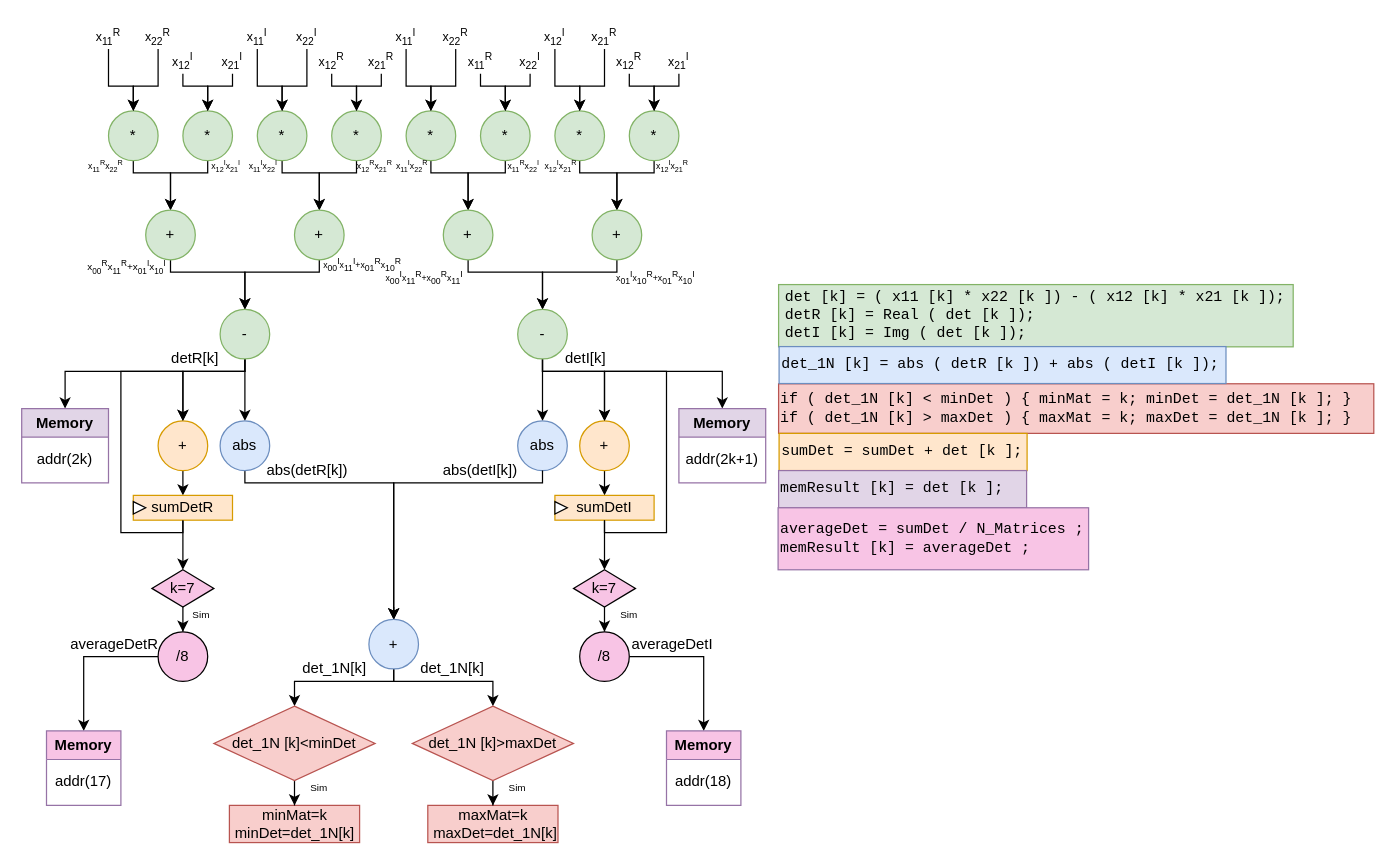
FranciscoPRosa/NEEC_test keeps this draw.io diagram as operations.drawio. Above is the earlier version. Source tidied: cells renumbered, new cells numbered last; positions are measured from the earlier drawing's top-left corner, leaving out a move shared by most shapes. Both pictures are drawn from the tidied source at 124%, with x=0, y=0 at pixel (21, 24).
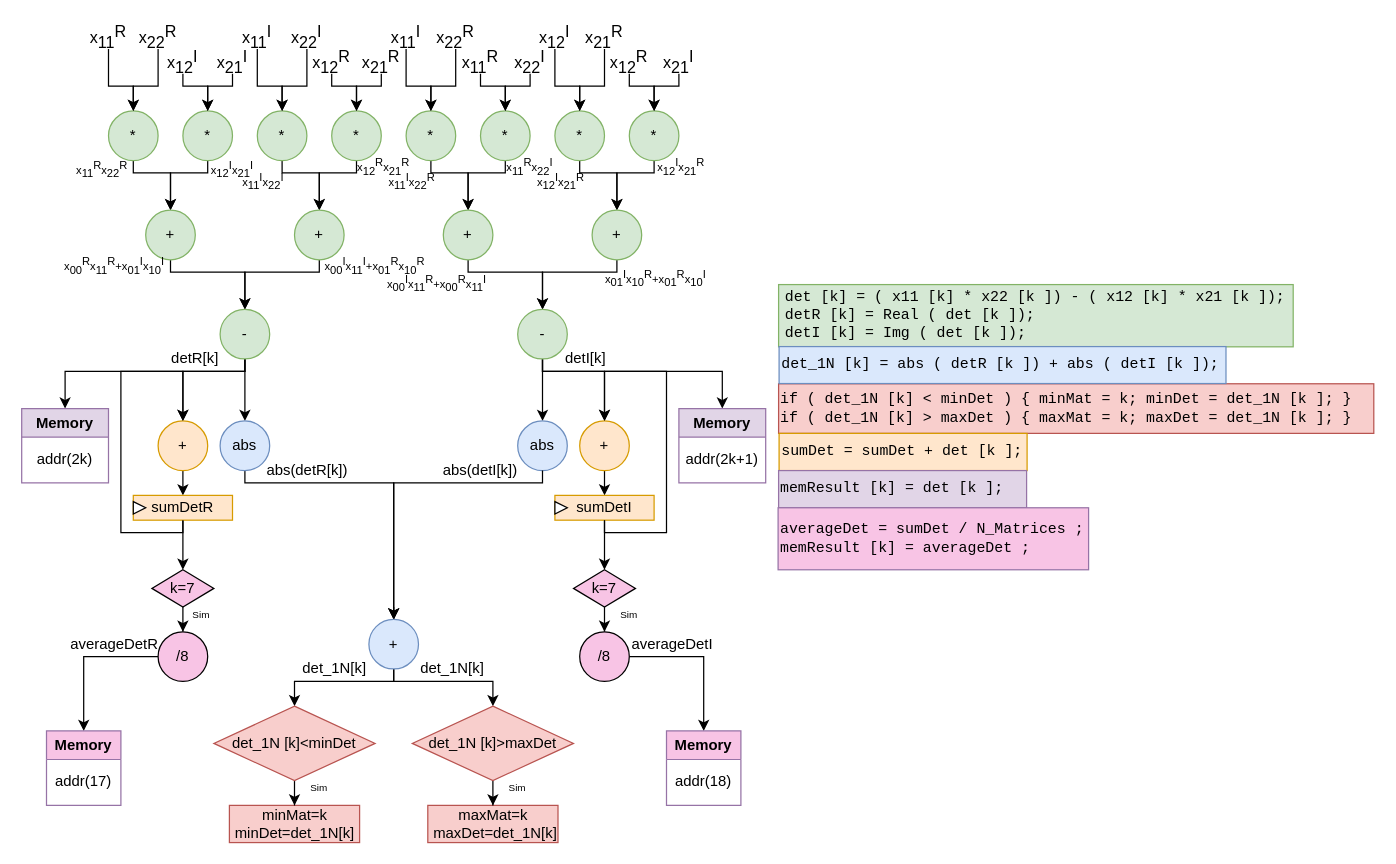
The same diagram, later.

Diff of the diagram source:
```diff
@@
-    <mxCell id="76" value="&lt;font style=&quot;font-size: 10px;&quot;&gt;x&lt;sub&gt;11&lt;/sub&gt;&lt;sup&gt;R&lt;/sup&gt;&lt;/font&gt;" style="text;html=1;align=center;verticalAlign=middle;whiteSpace=wrap;rounded=0;" parent="1" vertex="1">
+    <mxCell id="76" value="&lt;font style=&quot;font-size: 13px;&quot;&gt;x&lt;sub style=&quot;font-size: 13px;&quot;&gt;11&lt;/sub&gt;&lt;sup style=&quot;font-size: 13px;&quot;&gt;R&lt;/sup&gt;&lt;/font&gt;" style="text;html=1;align=center;verticalAlign=middle;whiteSpace=wrap;rounded=0;fontSize=13;" parent="1" vertex="1">
       <mxGeometry x="60" width="20" height="20" as="geometry" />
     </mxCell>
@@
-    <mxCell id="78" value="&lt;font style=&quot;font-size: 10px;&quot;&gt;x&lt;sub&gt;22&lt;/sub&gt;&lt;sup&gt;R&lt;/sup&gt;&lt;/font&gt;" style="text;html=1;align=center;verticalAlign=middle;whiteSpace=wrap;rounded=0;fontSize=9;" parent="1" vertex="1">
+    <mxCell id="78" value="&lt;font style=&quot;font-size: 13px;&quot;&gt;x&lt;sub style=&quot;font-size: 13px;&quot;&gt;22&lt;/sub&gt;&lt;sup style=&quot;font-size: 13px;&quot;&gt;R&lt;/sup&gt;&lt;/font&gt;" style="text;html=1;align=center;verticalAlign=middle;whiteSpace=wrap;rounded=0;fontSize=13;" parent="1" vertex="1">
       <mxGeometry x="100" width="20" height="20" as="geometry" />
     </mxCell>
@@
-    <mxCell id="81" value="&lt;font style=&quot;font-size: 10px;&quot;&gt;x&lt;sub&gt;12&lt;/sub&gt;&lt;sup&gt;I&lt;/sup&gt;&lt;/font&gt;" style="text;html=1;align=center;verticalAlign=middle;whiteSpace=wrap;rounded=0;" parent="1" vertex="1">
+    <mxCell id="81" value="&lt;font style=&quot;font-size: 13px;&quot;&gt;x&lt;sub style=&quot;font-size: 13px;&quot;&gt;12&lt;/sub&gt;&lt;sup style=&quot;font-size: 13px;&quot;&gt;I&lt;/sup&gt;&lt;/font&gt;" style="text;html=1;align=center;verticalAlign=middle;whiteSpace=wrap;rounded=0;fontSize=13;" parent="1" vertex="1">
       <mxGeometry x="120" y="20" width="20" height="20" as="geometry" />
     </mxCell>
@@
-    <mxCell id="83" value="&lt;font style=&quot;font-size: 10px;&quot;&gt;x&lt;sub&gt;21&lt;/sub&gt;&lt;sup&gt;I&lt;/sup&gt;&lt;/font&gt;" style="text;html=1;align=center;verticalAlign=middle;whiteSpace=wrap;rounded=0;fontSize=9;" parent="1" vertex="1">
+    <mxCell id="83" value="&lt;font style=&quot;font-size: 13px;&quot;&gt;x&lt;sub style=&quot;font-size: 13px;&quot;&gt;21&lt;/sub&gt;&lt;sup style=&quot;font-size: 13px;&quot;&gt;I&lt;/sup&gt;&lt;/font&gt;" style="text;html=1;align=center;verticalAlign=middle;whiteSpace=wrap;rounded=0;fontSize=13;" parent="1" vertex="1">
       <mxGeometry x="160" y="20" width="20" height="20" as="geometry" />
     </mxCell>
@@
-    <mxCell id="86" value="&lt;font style=&quot;font-size: 10px;&quot;&gt;x&lt;sub&gt;11&lt;/sub&gt;&lt;sup&gt;I&lt;/sup&gt;&lt;/font&gt;" style="text;html=1;align=center;verticalAlign=middle;whiteSpace=wrap;rounded=0;" parent="1" vertex="1">
+    <mxCell id="86" value="&lt;font style=&quot;font-size: 13px;&quot;&gt;x&lt;sub style=&quot;font-size: 13px;&quot;&gt;11&lt;/sub&gt;&lt;sup style=&quot;font-size: 13px;&quot;&gt;I&lt;/sup&gt;&lt;/font&gt;" style="text;html=1;align=center;verticalAlign=middle;whiteSpace=wrap;rounded=0;fontSize=13;" parent="1" vertex="1">
       <mxGeometry x="180" width="20" height="20" as="geometry" />
     </mxCell>
@@
-    <mxCell id="88" value="&lt;font style=&quot;font-size: 10px;&quot;&gt;x&lt;sub&gt;22&lt;/sub&gt;&lt;sup&gt;I&lt;/sup&gt;&lt;/font&gt;" style="text;html=1;align=center;verticalAlign=middle;whiteSpace=wrap;rounded=0;fontSize=9;" parent="1" vertex="1">
+    <mxCell id="88" value="&lt;font style=&quot;font-size: 13px;&quot;&gt;x&lt;sub style=&quot;font-size: 13px;&quot;&gt;22&lt;/sub&gt;&lt;sup style=&quot;font-size: 13px;&quot;&gt;I&lt;/sup&gt;&lt;/font&gt;" style="text;html=1;align=center;verticalAlign=middle;whiteSpace=wrap;rounded=0;fontSize=13;" parent="1" vertex="1">
       <mxGeometry x="220" width="20" height="20" as="geometry" />
     </mxCell>
@@
-    <mxCell id="91" value="&lt;font style=&quot;font-size: 10px;&quot;&gt;x&lt;sub&gt;12&lt;/sub&gt;&lt;sup&gt;R&lt;/sup&gt;&lt;/font&gt;" style="text;html=1;align=center;verticalAlign=middle;whiteSpace=wrap;rounded=0;" parent="1" vertex="1">
+    <mxCell id="91" value="&lt;font style=&quot;font-size: 13px;&quot;&gt;x&lt;sub style=&quot;font-size: 13px;&quot;&gt;12&lt;/sub&gt;&lt;sup style=&quot;font-size: 13px;&quot;&gt;R&lt;/sup&gt;&lt;/font&gt;" style="text;html=1;align=center;verticalAlign=middle;whiteSpace=wrap;rounded=0;fontSize=13;" parent="1" vertex="1">
       <mxGeometry x="240" y="20" width="20" height="20" as="geometry" />
     </mxCell>
@@
-    <mxCell id="93" value="&lt;font style=&quot;font-size: 10px;&quot;&gt;x&lt;sub&gt;21&lt;/sub&gt;&lt;sup&gt;R&lt;/sup&gt;&lt;/font&gt;" style="text;html=1;align=center;verticalAlign=middle;whiteSpace=wrap;rounded=0;fontSize=9;" parent="1" vertex="1">
+    <mxCell id="93" value="&lt;font style=&quot;font-size: 13px;&quot;&gt;x&lt;sub style=&quot;font-size: 13px;&quot;&gt;21&lt;/sub&gt;&lt;sup style=&quot;font-size: 13px;&quot;&gt;R&lt;/sup&gt;&lt;/font&gt;" style="text;html=1;align=center;verticalAlign=middle;whiteSpace=wrap;rounded=0;fontSize=13;" parent="1" vertex="1">
       <mxGeometry x="280" y="20" width="20" height="20" as="geometry" />
     </mxCell>
@@
-    <mxCell id="96" value="&lt;font style=&quot;font-size: 10px;&quot;&gt;x&lt;sub&gt;11&lt;/sub&gt;&lt;sup&gt;I&lt;/sup&gt;&lt;/font&gt;" style="text;html=1;align=center;verticalAlign=middle;whiteSpace=wrap;rounded=0;" parent="1" vertex="1">
+    <mxCell id="96" value="&lt;font style=&quot;font-size: 13px;&quot;&gt;x&lt;sub style=&quot;font-size: 13px;&quot;&gt;11&lt;/sub&gt;&lt;sup style=&quot;font-size: 13px;&quot;&gt;I&lt;/sup&gt;&lt;/font&gt;" style="text;html=1;align=center;verticalAlign=middle;whiteSpace=wrap;rounded=0;fontSize=13;" parent="1" vertex="1">
       <mxGeometry x="300" width="20" height="20" as="geometry" />
     </mxCell>
@@
-    <mxCell id="98" value="&lt;font style=&quot;font-size: 10px;&quot;&gt;x&lt;sub&gt;22&lt;/sub&gt;&lt;sup&gt;R&lt;/sup&gt;&lt;/font&gt;" style="text;html=1;align=center;verticalAlign=middle;whiteSpace=wrap;rounded=0;fontSize=9;" parent="1" vertex="1">
+    <mxCell id="98" value="&lt;font style=&quot;font-size: 13px;&quot;&gt;x&lt;sub style=&quot;font-size: 13px;&quot;&gt;22&lt;/sub&gt;&lt;sup style=&quot;font-size: 13px;&quot;&gt;R&lt;/sup&gt;&lt;/font&gt;" style="text;html=1;align=center;verticalAlign=middle;whiteSpace=wrap;rounded=0;fontSize=13;" parent="1" vertex="1">
       <mxGeometry x="340" width="20" height="20" as="geometry" />
     </mxCell>
@@
-    <mxCell id="101" value="&lt;font style=&quot;font-size: 10px;&quot;&gt;x&lt;sub&gt;12&lt;/sub&gt;&lt;sup&gt;R&lt;/sup&gt;&lt;/font&gt;" style="text;html=1;align=center;verticalAlign=middle;whiteSpace=wrap;rounded=0;" parent="1" vertex="1">
+    <mxCell id="101" value="&lt;font style=&quot;font-size: 13px;&quot;&gt;x&lt;sub style=&quot;font-size: 13px;&quot;&gt;12&lt;/sub&gt;&lt;sup style=&quot;font-size: 13px;&quot;&gt;R&lt;/sup&gt;&lt;/font&gt;" style="text;html=1;align=center;verticalAlign=middle;whiteSpace=wrap;rounded=0;fontSize=13;" parent="1" vertex="1">
       <mxGeometry x="480" y="20" width="20" height="20" as="geometry" />
     </mxCell>
@@
-    <mxCell id="103" value="&lt;font style=&quot;font-size: 10px;&quot;&gt;x&lt;sub&gt;21&lt;/sub&gt;&lt;sup&gt;I&lt;/sup&gt;&lt;/font&gt;" style="text;html=1;align=center;verticalAlign=middle;whiteSpace=wrap;rounded=0;fontSize=9;" parent="1" vertex="1">
+    <mxCell id="103" value="&lt;font style=&quot;font-size: 13px;&quot;&gt;x&lt;sub style=&quot;font-size: 13px;&quot;&gt;21&lt;/sub&gt;&lt;sup style=&quot;font-size: 13px;&quot;&gt;I&lt;/sup&gt;&lt;/font&gt;" style="text;html=1;align=center;verticalAlign=middle;whiteSpace=wrap;rounded=0;fontSize=13;" parent="1" vertex="1">
       <mxGeometry x="520" y="20" width="20" height="20" as="geometry" />
     </mxCell>
@@
-    <mxCell id="106" value="&lt;font style=&quot;font-size: 10px;&quot;&gt;x&lt;sub&gt;11&lt;/sub&gt;&lt;sup&gt;R&lt;/sup&gt;&lt;/font&gt;" style="text;html=1;align=center;verticalAlign=middle;whiteSpace=wrap;rounded=0;" parent="1" vertex="1">
+    <mxCell id="106" value="&lt;font style=&quot;font-size: 13px;&quot;&gt;x&lt;sub style=&quot;font-size: 13px;&quot;&gt;11&lt;/sub&gt;&lt;sup style=&quot;font-size: 13px;&quot;&gt;R&lt;/sup&gt;&lt;/font&gt;" style="text;html=1;align=center;verticalAlign=middle;whiteSpace=wrap;rounded=0;fontSize=13;" parent="1" vertex="1">
       <mxGeometry x="360" y="20" width="20" height="20" as="geometry" />
     </mxCell>
@@
-    <mxCell id="108" value="&lt;font style=&quot;font-size: 10px;&quot;&gt;x&lt;sub&gt;22&lt;/sub&gt;&lt;sup&gt;I&lt;/sup&gt;&lt;/font&gt;" style="text;html=1;align=center;verticalAlign=middle;whiteSpace=wrap;rounded=0;fontSize=9;" parent="1" vertex="1">
+    <mxCell id="108" value="&lt;font style=&quot;font-size: 13px;&quot;&gt;x&lt;sub style=&quot;font-size: 13px;&quot;&gt;22&lt;/sub&gt;&lt;sup style=&quot;font-size: 13px;&quot;&gt;I&lt;/sup&gt;&lt;/font&gt;" style="text;html=1;align=center;verticalAlign=middle;whiteSpace=wrap;rounded=0;fontSize=13;" parent="1" vertex="1">
       <mxGeometry x="400" y="20" width="20" height="20" as="geometry" />
     </mxCell>
@@
-    <mxCell id="111" value="&lt;font style=&quot;font-size: 10px;&quot;&gt;x&lt;sub&gt;12&lt;/sub&gt;&lt;sup&gt;I&lt;/sup&gt;&lt;/font&gt;" style="text;html=1;align=center;verticalAlign=middle;whiteSpace=wrap;rounded=0;" parent="1" vertex="1">
+    <mxCell id="111" value="&lt;font style=&quot;font-size: 13px;&quot;&gt;x&lt;sub style=&quot;font-size: 13px;&quot;&gt;12&lt;/sub&gt;&lt;sup style=&quot;font-size: 13px;&quot;&gt;I&lt;/sup&gt;&lt;/font&gt;" style="text;html=1;align=center;verticalAlign=middle;whiteSpace=wrap;rounded=0;fontSize=13;" parent="1" vertex="1">
       <mxGeometry x="420" width="20" height="20" as="geometry" />
     </mxCell>
@@
-    <mxCell id="113" value="&lt;font style=&quot;font-size: 10px;&quot;&gt;x&lt;sub&gt;21&lt;/sub&gt;&lt;sup&gt;R&lt;/sup&gt;&lt;/font&gt;" style="text;html=1;align=center;verticalAlign=middle;whiteSpace=wrap;rounded=0;fontSize=9;" parent="1" vertex="1">
+    <mxCell id="113" value="&lt;font style=&quot;font-size: 13px;&quot;&gt;x&lt;sub style=&quot;font-size: 13px;&quot;&gt;21&lt;/sub&gt;&lt;sup style=&quot;font-size: 13px;&quot;&gt;R&lt;/sup&gt;&lt;/font&gt;" style="text;html=1;align=center;verticalAlign=middle;whiteSpace=wrap;rounded=0;fontSize=13;" parent="1" vertex="1">
       <mxGeometry x="460" width="20" height="20" as="geometry" />
     </mxCell>
-    <mxCell id="114" value="&lt;font style=&quot;font-size: 7px;&quot;&gt;x&lt;sub&gt;11&lt;/sub&gt;&lt;sup&gt;R&lt;/sup&gt;x&lt;sub&gt;22&lt;/sub&gt;&lt;sup&gt;R&lt;/sup&gt;&lt;/font&gt;" style="text;html=1;align=center;verticalAlign=middle;whiteSpace=wrap;rounded=0;fontSize=7;" parent="1" vertex="1">
-      <mxGeometry x="53" y="110" width="30" height="10" as="geometry" />
+    <mxCell id="114" value="&lt;font style=&quot;font-size: 9px;&quot;&gt;x&lt;sub style=&quot;font-size: 9px;&quot;&gt;11&lt;/sub&gt;&lt;sup style=&quot;font-size: 9px;&quot;&gt;R&lt;/sup&gt;x&lt;sub style=&quot;font-size: 9px;&quot;&gt;22&lt;/sub&gt;&lt;sup style=&quot;font-size: 9px;&quot;&gt;R&lt;/sup&gt;&lt;/font&gt;" style="text;html=1;align=center;verticalAlign=middle;whiteSpace=wrap;rounded=0;fontSize=9;" parent="1" vertex="1">
+      <mxGeometry x="50" y="112" width="30" height="10" as="geometry" />
     </mxCell>
-    <mxCell id="115" value="&lt;font style=&quot;font-size: 7px;&quot;&gt;x&lt;sub&gt;12&lt;/sub&gt;&lt;sup&gt;R&lt;/sup&gt;x&lt;sub&gt;21&lt;/sub&gt;&lt;sup&gt;R&lt;/sup&gt;&lt;/font&gt;" style="text;html=1;align=center;verticalAlign=middle;whiteSpace=wrap;rounded=0;fontSize=7;" parent="1" vertex="1">
-      <mxGeometry x="270" y="110" width="30" height="10" as="geometry" />
+    <mxCell id="115" value="&lt;font style=&quot;font-size: 9px;&quot;&gt;x&lt;sub style=&quot;font-size: 9px;&quot;&gt;12&lt;/sub&gt;&lt;sup style=&quot;font-size: 9px;&quot;&gt;R&lt;/sup&gt;x&lt;sub style=&quot;font-size: 9px;&quot;&gt;21&lt;/sub&gt;&lt;sup style=&quot;font-size: 9px;&quot;&gt;R&lt;/sup&gt;&lt;/font&gt;" style="text;html=1;align=center;verticalAlign=middle;whiteSpace=wrap;rounded=0;fontSize=9;" parent="1" vertex="1">
+      <mxGeometry x="277" y="110" width="30" height="10" as="geometry" />
     </mxCell>
-    <mxCell id="116" value="&lt;font style=&quot;font-size: 7px;&quot;&gt;x&lt;sub&gt;11&lt;/sub&gt;&lt;sup&gt;I&lt;/sup&gt;x&lt;sub&gt;22&lt;/sub&gt;&lt;sup&gt;I&lt;/sup&gt;&lt;/font&gt;" style="text;html=1;align=center;verticalAlign=middle;whiteSpace=wrap;rounded=0;fontSize=7;" parent="1" vertex="1">
-      <mxGeometry x="180" y="110" width="30" height="10" as="geometry" />
+    <mxCell id="116" value="&lt;font style=&quot;font-size: 9px;&quot;&gt;x&lt;sub style=&quot;font-size: 9px;&quot;&gt;11&lt;/sub&gt;&lt;sup style=&quot;font-size: 9px;&quot;&gt;I&lt;/sup&gt;x&lt;sub style=&quot;font-size: 9px;&quot;&gt;22&lt;/sub&gt;&lt;sup style=&quot;font-size: 9px;&quot;&gt;I&lt;/sup&gt;&lt;/font&gt;" style="text;html=1;align=center;verticalAlign=middle;whiteSpace=wrap;rounded=0;fontSize=9;" parent="1" vertex="1">
+      <mxGeometry x="180" y="122" width="30" height="10" as="geometry" />
     </mxCell>
-    <mxCell id="117" value="&lt;font style=&quot;font-size: 7px;&quot;&gt;x&lt;sub&gt;12&lt;/sub&gt;&lt;sup&gt;I&lt;/sup&gt;x&lt;sub&gt;21&lt;/sub&gt;&lt;sup&gt;I&lt;/sup&gt;&lt;/font&gt;" style="text;html=1;align=center;verticalAlign=middle;whiteSpace=wrap;rounded=0;fontSize=7;" parent="1" vertex="1">
-      <mxGeometry x="150" y="110" width="30" height="10" as="geometry" />
+    <mxCell id="117" value="&lt;font style=&quot;font-size: 9px;&quot;&gt;x&lt;sub style=&quot;font-size: 9px;&quot;&gt;12&lt;/sub&gt;&lt;sup style=&quot;font-size: 9px;&quot;&gt;I&lt;/sup&gt;x&lt;sub style=&quot;font-size: 9px;&quot;&gt;21&lt;/sub&gt;&lt;sup style=&quot;font-size: 9px;&quot;&gt;I&lt;/sup&gt;&lt;/font&gt;" style="text;html=1;align=center;verticalAlign=middle;whiteSpace=wrap;rounded=0;fontSize=9;" parent="1" vertex="1">
+      <mxGeometry x="155" y="112" width="30" height="10" as="geometry" />
     </mxCell>
-    <mxCell id="118" value="&lt;font style=&quot;font-size: 7px;&quot;&gt;x&lt;sub&gt;11&lt;/sub&gt;&lt;sup&gt;I&lt;/sup&gt;x&lt;sub&gt;22&lt;/sub&gt;&lt;sup&gt;R&lt;/sup&gt;&lt;/font&gt;" style="text;html=1;align=center;verticalAlign=middle;whiteSpace=wrap;rounded=0;fontSize=7;" parent="1" vertex="1">
-      <mxGeometry x="300" y="110" width="30" height="10" as="geometry" />
+    <mxCell id="118" value="&lt;font style=&quot;font-size: 9px;&quot;&gt;x&lt;sub style=&quot;font-size: 9px;&quot;&gt;11&lt;/sub&gt;&lt;sup style=&quot;font-size: 9px;&quot;&gt;I&lt;/sup&gt;x&lt;sub style=&quot;font-size: 9px;&quot;&gt;22&lt;/sub&gt;&lt;sup style=&quot;font-size: 9px;&quot;&gt;R&lt;/sup&gt;&lt;/font&gt;" style="text;html=1;align=center;verticalAlign=middle;whiteSpace=wrap;rounded=0;fontSize=9;" parent="1" vertex="1">
+      <mxGeometry x="300" y="122" width="30" height="10" as="geometry" />
     </mxCell>
-    <mxCell id="119" value="&lt;font style=&quot;font-size: 7px;&quot;&gt;x&lt;sub&gt;11&lt;/sub&gt;&lt;sup&gt;R&lt;/sup&gt;x&lt;sub&gt;22&lt;/sub&gt;&lt;sup&gt;I&lt;/sup&gt;&lt;/font&gt;" style="text;html=1;align=center;verticalAlign=middle;whiteSpace=wrap;rounded=0;fontSize=7;" parent="1" vertex="1">
-      <mxGeometry x="390" y="110" width="30" height="10" as="geometry" />
+    <mxCell id="119" value="&lt;font style=&quot;font-size: 9px;&quot;&gt;x&lt;sub style=&quot;font-size: 9px;&quot;&gt;11&lt;/sub&gt;&lt;sup style=&quot;font-size: 9px;&quot;&gt;R&lt;/sup&gt;x&lt;sub style=&quot;font-size: 9px;&quot;&gt;22&lt;/sub&gt;&lt;sup style=&quot;font-size: 9px;&quot;&gt;I&lt;/sup&gt;&lt;/font&gt;" style="text;html=1;align=center;verticalAlign=middle;whiteSpace=wrap;rounded=0;fontSize=9;" parent="1" vertex="1">
+      <mxGeometry x="395" y="110" width="30" height="10" as="geometry" />
     </mxCell>
-    <mxCell id="120" value="&lt;font style=&quot;font-size: 7px;&quot;&gt;x&lt;sub&gt;12&lt;/sub&gt;&lt;sup&gt;I&lt;/sup&gt;x&lt;sub&gt;21&lt;/sub&gt;&lt;sup&gt;R&lt;/sup&gt;&lt;/font&gt;" style="text;html=1;align=center;verticalAlign=middle;whiteSpace=wrap;rounded=0;fontSize=7;" parent="1" vertex="1">
-      <mxGeometry x="420" y="110" width="30" height="10" as="geometry" />
+    <mxCell id="120" value="&lt;font style=&quot;font-size: 9px;&quot;&gt;x&lt;sub style=&quot;font-size: 9px;&quot;&gt;12&lt;/sub&gt;&lt;sup style=&quot;font-size: 9px;&quot;&gt;I&lt;/sup&gt;x&lt;sub style=&quot;font-size: 9px;&quot;&gt;21&lt;/sub&gt;&lt;sup style=&quot;font-size: 9px;&quot;&gt;R&lt;/sup&gt;&lt;/font&gt;" style="text;html=1;align=center;verticalAlign=middle;whiteSpace=wrap;rounded=0;fontSize=9;" parent="1" vertex="1">
+      <mxGeometry x="420" y="122" width="30" height="10" as="geometry" />
     </mxCell>
-    <mxCell id="121" value="&lt;font style=&quot;font-size: 7px;&quot;&gt;x&lt;sub&gt;12&lt;/sub&gt;&lt;sup&gt;I&lt;/sup&gt;x&lt;sub&gt;21&lt;/sub&gt;&lt;sup&gt;R&lt;/sup&gt;&lt;/font&gt;" style="text;html=1;align=center;verticalAlign=middle;whiteSpace=wrap;rounded=0;fontSize=7;" parent="1" vertex="1">
-      <mxGeometry x="510" y="110" width="30" height="10" as="geometry" />
+    <mxCell id="121" value="&lt;font style=&quot;font-size: 9px;&quot;&gt;x&lt;sub style=&quot;font-size: 9px;&quot;&gt;12&lt;/sub&gt;&lt;sup style=&quot;font-size: 9px;&quot;&gt;I&lt;/sup&gt;x&lt;sub style=&quot;font-size: 9px;&quot;&gt;21&lt;/sub&gt;&lt;sup style=&quot;font-size: 9px;&quot;&gt;R&lt;/sup&gt;&lt;/font&gt;" style="text;html=1;align=center;verticalAlign=middle;whiteSpace=wrap;rounded=0;fontSize=9;" parent="1" vertex="1">
+      <mxGeometry x="517" y="110" width="30" height="10" as="geometry" />
     </mxCell>
-    <mxCell id="122" value="&lt;font style=&quot;font-size: 8px;&quot;&gt;x&lt;sub&gt;00&lt;/sub&gt;&lt;sup&gt;R&lt;/sup&gt;x&lt;sub&gt;11&lt;/sub&gt;&lt;sup&gt;R&lt;/sup&gt;+x&lt;sub&gt;01&lt;/sub&gt;&lt;sup&gt;I&lt;/sup&gt;x&lt;sub&gt;10&lt;/sub&gt;&lt;sup&gt;I&lt;/sup&gt;&lt;/font&gt;" style="text;html=1;align=center;verticalAlign=middle;whiteSpace=wrap;rounded=0;" parent="1" vertex="1">
-      <mxGeometry x="50" y="190" width="70" height="10" as="geometry" />
+    <mxCell id="122" value="&lt;font style=&quot;font-size: 9px;&quot;&gt;x&lt;sub style=&quot;font-size: 9px;&quot;&gt;00&lt;/sub&gt;&lt;sup style=&quot;font-size: 9px;&quot;&gt;R&lt;/sup&gt;x&lt;sub style=&quot;font-size: 9px;&quot;&gt;11&lt;/sub&gt;&lt;sup style=&quot;font-size: 9px;&quot;&gt;R&lt;/sup&gt;+x&lt;sub style=&quot;font-size: 9px;&quot;&gt;01&lt;/sub&gt;&lt;sup style=&quot;font-size: 9px;&quot;&gt;I&lt;/sup&gt;x&lt;sub style=&quot;font-size: 9px;&quot;&gt;10&lt;/sub&gt;&lt;sup style=&quot;font-size: 9px;&quot;&gt;I&lt;/sup&gt;&lt;/font&gt;" style="text;html=1;align=center;verticalAlign=middle;whiteSpace=wrap;rounded=0;fontSize=9;" parent="1" vertex="1">
+      <mxGeometry x="40" y="190" width="70" height="10" as="geometry" />
     </mxCell>
-    <mxCell id="123" value="x&lt;sub style=&quot;font-size: 7px;&quot;&gt;00&lt;/sub&gt;&lt;sup style=&quot;font-size: 7px;&quot;&gt;I&lt;/sup&gt;x&lt;sub style=&quot;font-size: 7px;&quot;&gt;11&lt;/sub&gt;&lt;sup style=&quot;font-size: 7px;&quot;&gt;I&lt;/sup&gt;+x&lt;sub style=&quot;font-size: 7px;&quot;&gt;01&lt;/sub&gt;&lt;sup style=&quot;font-size: 7px;&quot;&gt;R&lt;/sup&gt;x&lt;sub style=&quot;font-size: 7px;&quot;&gt;10&lt;/sub&gt;&lt;sup style=&quot;font-size: 7px;&quot;&gt;R&lt;/sup&gt;" style="text;html=1;align=center;verticalAlign=middle;whiteSpace=wrap;rounded=0;fontSize=7;" parent="1" vertex="1">
-      <mxGeometry x="240" y="190" width="70" height="10" as="geometry" />
+    <mxCell id="123" value="x&lt;sub style=&quot;font-size: 9px;&quot;&gt;00&lt;/sub&gt;&lt;sup style=&quot;font-size: 9px;&quot;&gt;I&lt;/sup&gt;x&lt;sub style=&quot;font-size: 9px;&quot;&gt;11&lt;/sub&gt;&lt;sup style=&quot;font-size: 9px;&quot;&gt;I&lt;/sup&gt;+x&lt;sub style=&quot;font-size: 9px;&quot;&gt;01&lt;/sub&gt;&lt;sup style=&quot;font-size: 9px;&quot;&gt;R&lt;/sup&gt;x&lt;sub style=&quot;font-size: 9px;&quot;&gt;10&lt;/sub&gt;&lt;sup style=&quot;font-size: 9px;&quot;&gt;R&lt;/sup&gt;" style="text;html=1;align=center;verticalAlign=middle;whiteSpace=wrap;rounded=0;fontSize=9;" parent="1" vertex="1">
+      <mxGeometry x="250" y="190" width="70" height="10" as="geometry" />
     </mxCell>
-    <mxCell id="124" value="x&lt;sub style=&quot;font-size: 7px;&quot;&gt;00&lt;/sub&gt;&lt;sup style=&quot;font-size: 7px;&quot;&gt;I&lt;/sup&gt;x&lt;sub style=&quot;font-size: 7px;&quot;&gt;11&lt;/sub&gt;&lt;sup style=&quot;font-size: 7px;&quot;&gt;R&lt;/sup&gt;+x&lt;sub style=&quot;font-size: 7px;&quot;&gt;00&lt;/sub&gt;&lt;sup style=&quot;font-size: 7px;&quot;&gt;R&lt;/sup&gt;x&lt;sub style=&quot;font-size: 7px;&quot;&gt;11&lt;/sub&gt;&lt;sup style=&quot;font-size: 7px;&quot;&gt;I&lt;/sup&gt;" style="text;html=1;align=center;verticalAlign=middle;whiteSpace=wrap;rounded=0;fontSize=7;" parent="1" vertex="1">
-      <mxGeometry x="290" y="200" width="70" height="10" as="geometry" />
+    <mxCell id="124" value="x&lt;sub style=&quot;font-size: 9px;&quot;&gt;00&lt;/sub&gt;&lt;sup style=&quot;font-size: 9px;&quot;&gt;I&lt;/sup&gt;x&lt;sub style=&quot;font-size: 9px;&quot;&gt;11&lt;/sub&gt;&lt;sup style=&quot;font-size: 9px;&quot;&gt;R&lt;/sup&gt;+x&lt;sub style=&quot;font-size: 9px;&quot;&gt;00&lt;/sub&gt;&lt;sup style=&quot;font-size: 9px;&quot;&gt;R&lt;/sup&gt;x&lt;sub style=&quot;font-size: 9px;&quot;&gt;11&lt;/sub&gt;&lt;sup style=&quot;font-size: 9px;&quot;&gt;I&lt;/sup&gt;" style="text;html=1;align=center;verticalAlign=middle;whiteSpace=wrap;rounded=0;fontSize=9;" parent="1" vertex="1">
+      <mxGeometry x="300" y="204" width="70" height="10" as="geometry" />
     </mxCell>
-    <mxCell id="125" value="x&lt;sub style=&quot;font-size: 7px;&quot;&gt;01&lt;/sub&gt;&lt;sup style=&quot;font-size: 7px;&quot;&gt;I&lt;/sup&gt;x&lt;sub style=&quot;font-size: 7px;&quot;&gt;10&lt;/sub&gt;&lt;sup style=&quot;font-size: 7px;&quot;&gt;R&lt;/sup&gt;+x&lt;sub style=&quot;font-size: 7px;&quot;&gt;01&lt;/sub&gt;&lt;sup style=&quot;font-size: 7px;&quot;&gt;R&lt;/sup&gt;x&lt;sub style=&quot;font-size: 7px;&quot;&gt;10&lt;/sub&gt;&lt;sup style=&quot;font-size: 7px;&quot;&gt;I&lt;/sup&gt;" style="text;html=1;align=center;verticalAlign=middle;whiteSpace=wrap;rounded=0;fontSize=7;" parent="1" vertex="1">
+    <mxCell id="125" value="x&lt;sub style=&quot;font-size: 9px;&quot;&gt;01&lt;/sub&gt;&lt;sup style=&quot;font-size: 9px;&quot;&gt;I&lt;/sup&gt;x&lt;sub style=&quot;font-size: 9px;&quot;&gt;10&lt;/sub&gt;&lt;sup style=&quot;font-size: 9px;&quot;&gt;R&lt;/sup&gt;+x&lt;sub style=&quot;font-size: 9px;&quot;&gt;01&lt;/sub&gt;&lt;sup style=&quot;font-size: 9px;&quot;&gt;R&lt;/sup&gt;x&lt;sub style=&quot;font-size: 9px;&quot;&gt;10&lt;/sub&gt;&lt;sup style=&quot;font-size: 9px;&quot;&gt;I&lt;/sup&gt;" style="text;html=1;align=center;verticalAlign=middle;whiteSpace=wrap;rounded=0;fontSize=9;" parent="1" vertex="1">
       <mxGeometry x="480" y="200" width="62.5" height="10" as="geometry" />
     </mxCell>
```
